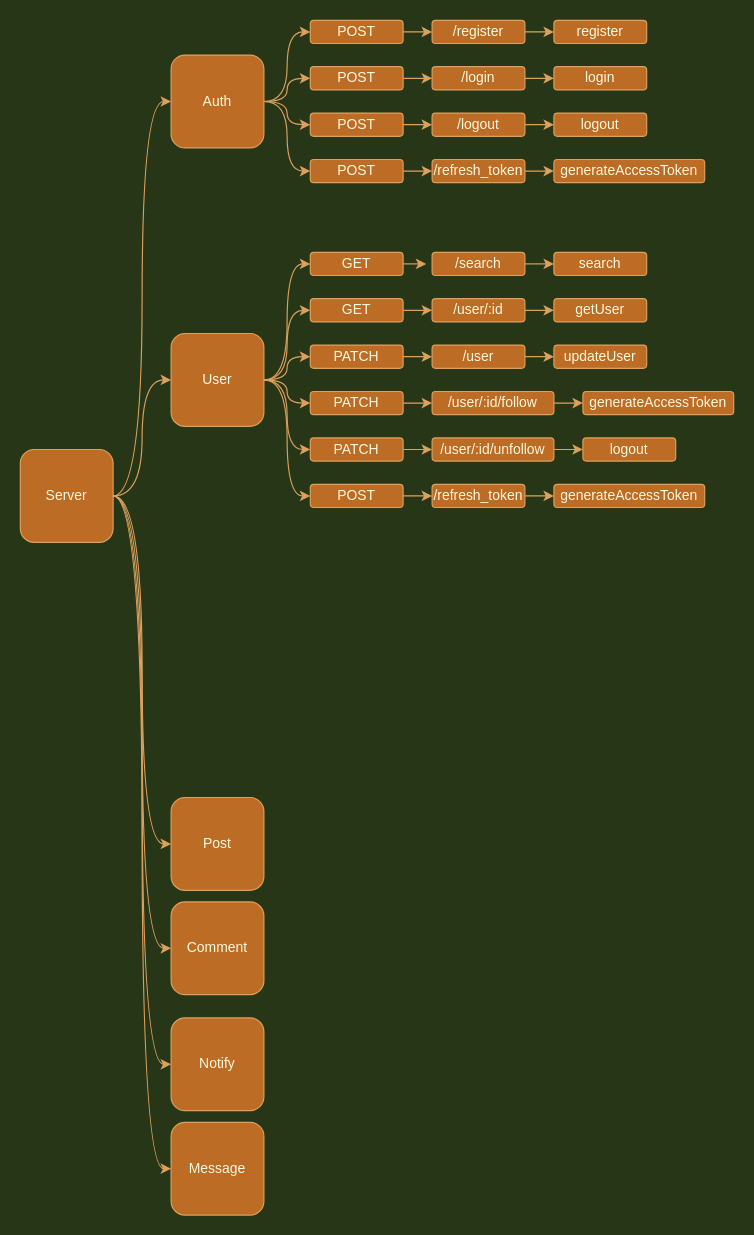
Before: Untitled Diagram.drawio in iilhamriz/Social-Media-V2, a draw.io diagram. Source tidied: cells renumbered, new cells numbered last; positions are measured from the earlier drawing's top-left corner, leaving out a move shared by most shapes. Both pictures are drawn from the tidied source at 116%, with x=0, y=0 at pixel (20, 20).
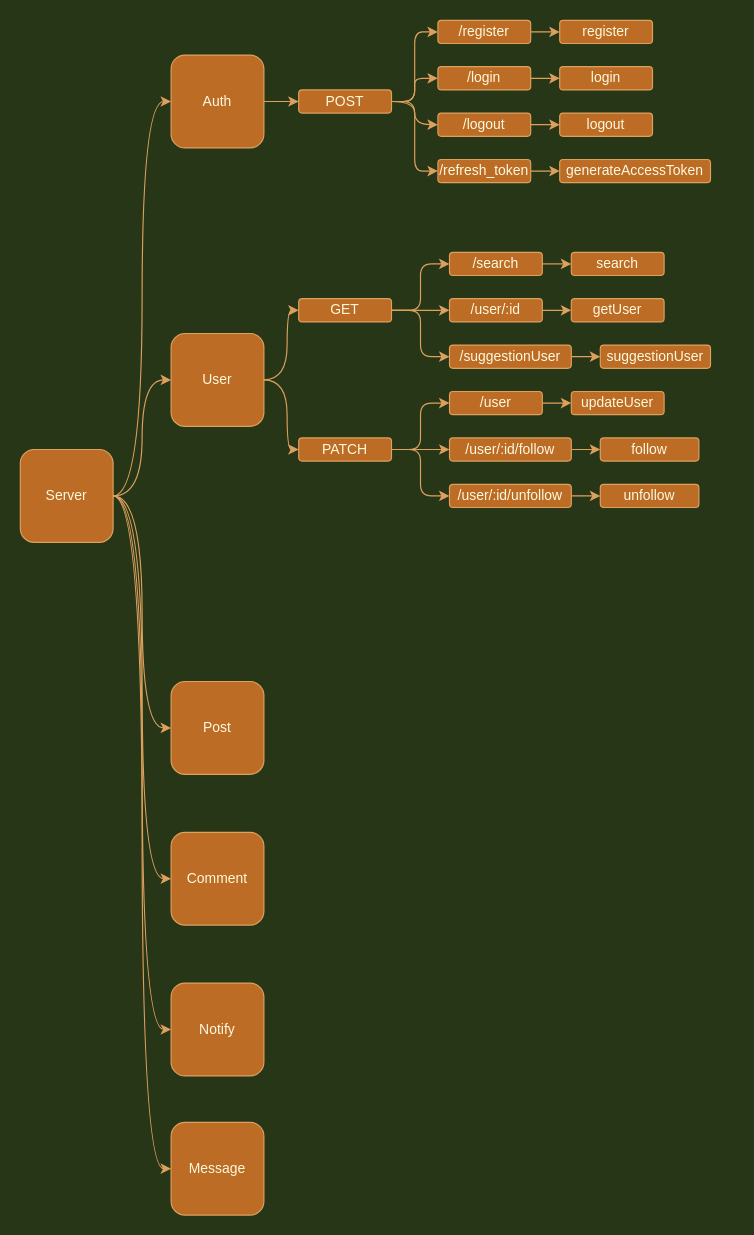
The same page after the edit.

The change refers to these unchanged cells:
```xml
<mxCell id="13" value="Auth" style="whiteSpace=wrap;html=1;rounded=1;fillColor=#BC6C25;strokeColor=#DDA15E;fontColor=#FEFAE0;" parent="1" vertex="1">
  <mxGeometry x="130" y="30" width="80" height="80" as="geometry" />
</mxCell>
<mxCell id="20" value="User" style="whiteSpace=wrap;html=1;rounded=1;fillColor=#BC6C25;strokeColor=#DDA15E;fontColor=#FEFAE0;" parent="1" vertex="1">
  <mxGeometry x="130" y="270" width="80" height="80" as="geometry" />
</mxCell>
```

What changed in the source:
```diff
@@
-    <mxCell id="9" style="edgeStyle=orthogonalEdgeStyle;rounded=1;jettySize=auto;html=1;entryX=0;entryY=0.5;entryDx=0;entryDy=0;fontColor=#FEFAE0;curved=1;labelBackgroundColor=#283618;strokeColor=#DDA15E;" parent="1" edge="1" source="13" target="26">
-      <mxGeometry relative="1" as="geometry" />
-    </mxCell>
-    <mxCell id="10" style="edgeStyle=orthogonalEdgeStyle;rounded=1;jettySize=auto;html=1;fontColor=#FEFAE0;curved=1;labelBackgroundColor=#283618;strokeColor=#DDA15E;" parent="1" edge="1" source="13" target="28">
-      <mxGeometry relative="1" as="geometry" />
-    </mxCell>
@@
-    <mxCell id="12" style="edgeStyle=orthogonalEdgeStyle;rounded=1;jettySize=auto;html=1;entryX=0;entryY=0.5;entryDx=0;entryDy=0;fontColor=#FEFAE0;curved=1;labelBackgroundColor=#283618;strokeColor=#DDA15E;" parent="1" edge="1" source="13" target="32">
-      <mxGeometry relative="1" as="geometry" />
-    </mxCell>
@@
-    <mxCell id="14" style="edgeStyle=orthogonalEdgeStyle;rounded=1;jettySize=auto;html=1;entryX=0;entryY=0.5;entryDx=0;entryDy=0;fontColor=#FEFAE0;curved=1;labelBackgroundColor=#283618;strokeColor=#DDA15E;" parent="1" edge="1" source="20" target="50">
-      <mxGeometry relative="1" as="geometry" />
-    </mxCell>
@@
-    <mxCell id="17" style="edgeStyle=orthogonalEdgeStyle;rounded=1;jettySize=auto;html=1;entryX=0;entryY=0.5;entryDx=0;entryDy=0;fontColor=#FEFAE0;curved=1;labelBackgroundColor=#283618;strokeColor=#DDA15E;" parent="1" edge="1" source="20" target="46">
-      <mxGeometry relative="1" as="geometry" />
-    </mxCell>
-    <mxCell id="18" style="edgeStyle=orthogonalEdgeStyle;rounded=1;jettySize=auto;html=1;entryX=0;entryY=0.5;entryDx=0;entryDy=0;fontColor=#FEFAE0;curved=1;labelBackgroundColor=#283618;strokeColor=#DDA15E;" parent="1" edge="1" source="20" target="66">
-      <mxGeometry relative="1" as="geometry" />
-    </mxCell>
-    <mxCell id="19" style="edgeStyle=orthogonalEdgeStyle;rounded=1;jettySize=auto;html=1;entryX=0;entryY=0.5;entryDx=0;entryDy=0;fontColor=#FEFAE0;curved=1;labelBackgroundColor=#283618;strokeColor=#DDA15E;" parent="1" edge="1" source="20" target="68">
-      <mxGeometry relative="1" as="geometry" />
-    </mxCell>
@@
     <mxCell id="21" value="Post" style="whiteSpace=wrap;html=1;rounded=1;fillColor=#BC6C25;strokeColor=#DDA15E;fontColor=#FEFAE0;" parent="1" vertex="1">
-      <mxGeometry x="130" y="670" width="80" height="80" as="geometry" />
+      <mxGeometry x="130" y="570" width="80" height="80" as="geometry" />
     </mxCell>
     <mxCell id="22" value="Comment" style="whiteSpace=wrap;html=1;rounded=1;fillColor=#BC6C25;strokeColor=#DDA15E;fontColor=#FEFAE0;" parent="1" vertex="1">
-      <mxGeometry x="130" y="760" width="80" height="80" as="geometry" />
+      <mxGeometry x="130" y="700" width="80" height="80" as="geometry" />
     </mxCell>
     <mxCell id="23" value="Notify" style="whiteSpace=wrap;html=1;rounded=1;fillColor=#BC6C25;strokeColor=#DDA15E;fontColor=#FEFAE0;" parent="1" vertex="1">
-      <mxGeometry x="130" y="860" width="80" height="80" as="geometry" />
+      <mxGeometry x="130" y="830" width="80" height="80" as="geometry" />
     </mxCell>
@@
-    <mxCell id="25" style="edgeStyle=orthogonalEdgeStyle;rounded=1;jettySize=auto;html=1;fontColor=#FEFAE0;curved=1;labelBackgroundColor=#283618;strokeColor=#DDA15E;" parent="1" edge="1" source="26" target="34">
-      <mxGeometry relative="1" as="geometry" />
-    </mxCell>
-    <mxCell id="26" value="POST" style="rounded=1;whiteSpace=wrap;html=1;fillColor=#BC6C25;strokeColor=#DDA15E;fontColor=#FEFAE0;" parent="1" vertex="1">
-      <mxGeometry x="250" width="80" height="20" as="geometry" />
-    </mxCell>
-    <mxCell id="27" style="edgeStyle=orthogonalEdgeStyle;rounded=1;jettySize=auto;html=1;entryX=0;entryY=0.5;entryDx=0;entryDy=0;fontColor=#FEFAE0;curved=1;labelBackgroundColor=#283618;strokeColor=#DDA15E;" parent="1" edge="1" source="28" target="36">
-      <mxGeometry relative="1" as="geometry" />
-    </mxCell>
-    <mxCell id="28" value="POST" style="rounded=1;whiteSpace=wrap;html=1;fillColor=#BC6C25;strokeColor=#DDA15E;fontColor=#FEFAE0;" parent="1" vertex="1">
-      <mxGeometry x="250" y="40" width="80" height="20" as="geometry" />
-    </mxCell>
@@
+    <mxCell id="75" style="edgeStyle=orthogonalEdgeStyle;curved=0;rounded=1;sketch=0;jettySize=auto;html=1;entryX=0;entryY=0.5;entryDx=0;entryDy=0;fontColor=#FEFAE0;strokeColor=#DDA15E;fillColor=#BC6C25;" parent="1" edge="1" source="30" target="36">
+      <mxGeometry relative="1" as="geometry" />
+    </mxCell>
+    <mxCell id="76" style="edgeStyle=orthogonalEdgeStyle;curved=0;rounded=1;sketch=0;jettySize=auto;html=1;entryX=0;entryY=0.5;entryDx=0;entryDy=0;fontColor=#FEFAE0;strokeColor=#DDA15E;fillColor=#BC6C25;" parent="1" edge="1" source="30" target="34">
+      <mxGeometry relative="1" as="geometry" />
+    </mxCell>
+    <mxCell id="77" style="edgeStyle=orthogonalEdgeStyle;curved=0;rounded=1;sketch=0;jettySize=auto;html=1;entryX=0;entryY=0.5;entryDx=0;entryDy=0;fontColor=#FEFAE0;strokeColor=#DDA15E;fillColor=#BC6C25;" parent="1" edge="1" source="30" target="40">
+      <mxGeometry relative="1" as="geometry" />
+    </mxCell>
     <mxCell id="30" value="POST" style="rounded=1;whiteSpace=wrap;html=1;fillColor=#BC6C25;strokeColor=#DDA15E;fontColor=#FEFAE0;" parent="1" vertex="1">
-      <mxGeometry x="250" y="80" width="80" height="20" as="geometry" />
+      <mxGeometry x="240" y="60" width="80" height="20" as="geometry" />
     </mxCell>
-    <mxCell id="31" style="edgeStyle=orthogonalEdgeStyle;rounded=1;jettySize=auto;html=1;entryX=0;entryY=0.5;entryDx=0;entryDy=0;fontColor=#FEFAE0;curved=1;labelBackgroundColor=#283618;strokeColor=#DDA15E;" parent="1" edge="1" source="32" target="40">
-      <mxGeometry relative="1" as="geometry" />
-    </mxCell>
-    <mxCell id="32" value="POST" style="rounded=1;whiteSpace=wrap;html=1;fillColor=#BC6C25;strokeColor=#DDA15E;fontColor=#FEFAE0;" parent="1" vertex="1">
-      <mxGeometry x="250" y="120" width="80" height="20" as="geometry" />
-    </mxCell>
@@
     <mxCell id="34" value="/register" style="rounded=1;whiteSpace=wrap;html=1;fillColor=#BC6C25;strokeColor=#DDA15E;fontColor=#FEFAE0;" parent="1" vertex="1">
-      <mxGeometry x="355" width="80" height="20" as="geometry" />
+      <mxGeometry x="360" width="80" height="20" as="geometry" />
     </mxCell>
@@
     <mxCell id="36" value="/login" style="rounded=1;whiteSpace=wrap;html=1;fillColor=#BC6C25;strokeColor=#DDA15E;fontColor=#FEFAE0;" parent="1" vertex="1">
-      <mxGeometry x="355" y="40" width="80" height="20" as="geometry" />
+      <mxGeometry x="360" y="40" width="80" height="20" as="geometry" />
     </mxCell>
@@
     <mxCell id="38" value="/logout" style="rounded=1;whiteSpace=wrap;html=1;fillColor=#BC6C25;strokeColor=#DDA15E;fontColor=#FEFAE0;" parent="1" vertex="1">
-      <mxGeometry x="355" y="80" width="80" height="20" as="geometry" />
+      <mxGeometry x="360" y="80" width="80" height="20" as="geometry" />
     </mxCell>
@@
     <mxCell id="40" value="/refresh_token" style="rounded=1;whiteSpace=wrap;html=1;fillColor=#BC6C25;strokeColor=#DDA15E;fontColor=#FEFAE0;" parent="1" vertex="1">
-      <mxGeometry x="355" y="120" width="80" height="20" as="geometry" />
+      <mxGeometry x="360" y="120" width="80" height="20" as="geometry" />
     </mxCell>
     <mxCell id="41" value="register" style="rounded=1;whiteSpace=wrap;html=1;fillColor=#BC6C25;strokeColor=#DDA15E;fontColor=#FEFAE0;" parent="1" vertex="1">
-      <mxGeometry x="460" width="80" height="20" as="geometry" />
+      <mxGeometry x="465" width="80" height="20" as="geometry" />
     </mxCell>
     <mxCell id="42" value="login" style="rounded=1;whiteSpace=wrap;html=1;fillColor=#BC6C25;strokeColor=#DDA15E;fontColor=#FEFAE0;" parent="1" vertex="1">
-      <mxGeometry x="460" y="40" width="80" height="20" as="geometry" />
+      <mxGeometry x="465" y="40" width="80" height="20" as="geometry" />
     </mxCell>
     <mxCell id="43" value="logout" style="rounded=1;whiteSpace=wrap;html=1;fillColor=#BC6C25;strokeColor=#DDA15E;fontColor=#FEFAE0;" parent="1" vertex="1">
-      <mxGeometry x="460" y="80" width="80" height="20" as="geometry" />
+      <mxGeometry x="465" y="80" width="80" height="20" as="geometry" />
     </mxCell>
     <mxCell id="44" value="generateAccessToken" style="rounded=1;whiteSpace=wrap;html=1;fillColor=#BC6C25;strokeColor=#DDA15E;fontColor=#FEFAE0;" parent="1" vertex="1">
-      <mxGeometry x="460" y="120" width="130" height="20" as="geometry" />
+      <mxGeometry x="465" y="120" width="130" height="20" as="geometry" />
     </mxCell>
-    <mxCell id="45" style="edgeStyle=orthogonalEdgeStyle;rounded=1;jettySize=auto;html=1;fontColor=#FEFAE0;curved=1;labelBackgroundColor=#283618;strokeColor=#DDA15E;" parent="1" edge="1" source="46">
-      <mxGeometry relative="1" as="geometry">
-        <mxPoint x="350" y="210" as="targetPoint" />
-      </mxGeometry>
-    </mxCell>
-    <mxCell id="46" value="GET" style="rounded=1;whiteSpace=wrap;html=1;fillColor=#BC6C25;strokeColor=#DDA15E;fontColor=#FEFAE0;" parent="1" vertex="1">
-      <mxGeometry x="250" y="200" width="80" height="20" as="geometry" />
-    </mxCell>
@@
+    <mxCell id="78" style="edgeStyle=orthogonalEdgeStyle;curved=0;rounded=1;sketch=0;jettySize=auto;html=1;entryX=0;entryY=0.5;entryDx=0;entryDy=0;fontColor=#FEFAE0;strokeColor=#DDA15E;fillColor=#BC6C25;" parent="1" edge="1" source="48" target="54">
+      <mxGeometry relative="1" as="geometry" />
+    </mxCell>
+    <mxCell id="79" style="edgeStyle=orthogonalEdgeStyle;curved=0;rounded=1;sketch=0;jettySize=auto;html=1;entryX=0;entryY=0.5;entryDx=0;entryDy=0;fontColor=#FEFAE0;strokeColor=#DDA15E;fillColor=#BC6C25;" parent="1" edge="1" source="48" target="72">
+      <mxGeometry relative="1" as="geometry" />
+    </mxCell>
     <mxCell id="48" value="GET" style="rounded=1;whiteSpace=wrap;html=1;fillColor=#BC6C25;strokeColor=#DDA15E;fontColor=#FEFAE0;" parent="1" vertex="1">
-      <mxGeometry x="250" y="240" width="80" height="20" as="geometry" />
+      <mxGeometry x="240" y="240" width="80" height="20" as="geometry" />
     </mxCell>
-    <mxCell id="49" style="edgeStyle=orthogonalEdgeStyle;rounded=1;jettySize=auto;html=1;fontColor=#FEFAE0;entryX=0;entryY=0.5;entryDx=0;entryDy=0;curved=1;labelBackgroundColor=#283618;strokeColor=#DDA15E;" parent="1" edge="1" source="50" target="58">
-      <mxGeometry relative="1" as="geometry" />
-    </mxCell>
-    <mxCell id="50" value="PATCH" style="rounded=1;whiteSpace=wrap;html=1;fillColor=#BC6C25;strokeColor=#DDA15E;fontColor=#FEFAE0;" parent="1" vertex="1">
-      <mxGeometry x="250" y="280" width="80" height="20" as="geometry" />
-    </mxCell>
@@
+    <mxCell id="80" style="edgeStyle=orthogonalEdgeStyle;curved=0;rounded=1;sketch=0;jettySize=auto;html=1;entryX=0;entryY=0.5;entryDx=0;entryDy=0;fontColor=#FEFAE0;strokeColor=#DDA15E;fillColor=#BC6C25;" parent="1" edge="1" source="52" target="70">
+      <mxGeometry relative="1" as="geometry" />
+    </mxCell>
+    <mxCell id="81" style="edgeStyle=orthogonalEdgeStyle;curved=0;rounded=1;sketch=0;jettySize=auto;html=1;entryX=0;entryY=0.5;entryDx=0;entryDy=0;fontColor=#FEFAE0;strokeColor=#DDA15E;fillColor=#BC6C25;" parent="1" edge="1" source="52" target="58">
+      <mxGeometry relative="1" as="geometry" />
+    </mxCell>
     <mxCell id="52" value="PATCH" style="rounded=1;whiteSpace=wrap;html=1;fillColor=#BC6C25;strokeColor=#DDA15E;fontColor=#FEFAE0;" parent="1" vertex="1">
-      <mxGeometry x="250" y="320" width="80" height="20" as="geometry" />
+      <mxGeometry x="240" y="360" width="80" height="20" as="geometry" />
     </mxCell>
@@
     <mxCell id="54" value="/search" style="rounded=1;whiteSpace=wrap;html=1;fillColor=#BC6C25;strokeColor=#DDA15E;fontColor=#FEFAE0;" parent="1" vertex="1">
-      <mxGeometry x="355" y="200" width="80" height="20" as="geometry" />
+      <mxGeometry x="370" y="200" width="80" height="20" as="geometry" />
     </mxCell>
@@
     <mxCell id="56" value="/user/:id" style="rounded=1;whiteSpace=wrap;html=1;fillColor=#BC6C25;strokeColor=#DDA15E;fontColor=#FEFAE0;" parent="1" vertex="1">
-      <mxGeometry x="355" y="240" width="80" height="20" as="geometry" />
+      <mxGeometry x="370" y="240" width="80" height="20" as="geometry" />
     </mxCell>
@@
     <mxCell id="58" value="/user" style="rounded=1;whiteSpace=wrap;html=1;fillColor=#BC6C25;strokeColor=#DDA15E;fontColor=#FEFAE0;" parent="1" vertex="1">
-      <mxGeometry x="355" y="280" width="80" height="20" as="geometry" />
+      <mxGeometry x="370" y="320" width="80" height="20" as="geometry" />
     </mxCell>
@@
     <mxCell id="60" value="/user/:id/follow" style="rounded=1;whiteSpace=wrap;html=1;fillColor=#BC6C25;strokeColor=#DDA15E;fontColor=#FEFAE0;" parent="1" vertex="1">
-      <mxGeometry x="355" y="320" width="105" height="20" as="geometry" />
+      <mxGeometry x="370" y="360" width="105" height="20" as="geometry" />
     </mxCell>
     <mxCell id="61" value="search" style="rounded=1;whiteSpace=wrap;html=1;fillColor=#BC6C25;strokeColor=#DDA15E;fontColor=#FEFAE0;" parent="1" vertex="1">
-      <mxGeometry x="460" y="200" width="80" height="20" as="geometry" />
+      <mxGeometry x="475" y="200" width="80" height="20" as="geometry" />
     </mxCell>
     <mxCell id="62" value="getUser" style="rounded=1;whiteSpace=wrap;html=1;fillColor=#BC6C25;strokeColor=#DDA15E;fontColor=#FEFAE0;" parent="1" vertex="1">
-      <mxGeometry x="460" y="240" width="80" height="20" as="geometry" />
+      <mxGeometry x="475" y="240" width="80" height="20" as="geometry" />
     </mxCell>
     <mxCell id="63" value="updateUser" style="rounded=1;whiteSpace=wrap;html=1;fillColor=#BC6C25;strokeColor=#DDA15E;fontColor=#FEFAE0;" parent="1" vertex="1">
-      <mxGeometry x="460" y="280" width="80" height="20" as="geometry" />
+      <mxGeometry x="475" y="320" width="80" height="20" as="geometry" />
     </mxCell>
-    <mxCell id="64" value="generateAccessToken" style="rounded=1;whiteSpace=wrap;html=1;fillColor=#BC6C25;strokeColor=#DDA15E;fontColor=#FEFAE0;" parent="1" vertex="1">
-      <mxGeometry x="485" y="320" width="130" height="20" as="geometry" />
+    <mxCell id="64" value="follow" style="rounded=1;whiteSpace=wrap;html=1;fillColor=#BC6C25;strokeColor=#DDA15E;fontColor=#FEFAE0;" parent="1" vertex="1">
+      <mxGeometry x="500" y="360" width="85" height="20" as="geometry" />
     </mxCell>
-    <mxCell id="65" style="edgeStyle=orthogonalEdgeStyle;rounded=1;jettySize=auto;html=1;entryX=0;entryY=0.5;entryDx=0;entryDy=0;fontColor=#FEFAE0;curved=1;labelBackgroundColor=#283618;strokeColor=#DDA15E;" parent="1" edge="1" source="66" target="70">
-      <mxGeometry relative="1" as="geometry" />
-    </mxCell>
-    <mxCell id="66" value="PATCH" style="rounded=1;whiteSpace=wrap;html=1;fillColor=#BC6C25;strokeColor=#DDA15E;fontColor=#FEFAE0;" parent="1" vertex="1">
-      <mxGeometry x="250" y="360" width="80" height="20" as="geometry" />
-    </mxCell>
-    <mxCell id="67" style="edgeStyle=orthogonalEdgeStyle;rounded=1;jettySize=auto;html=1;fontColor=#FEFAE0;entryX=0;entryY=0.5;entryDx=0;entryDy=0;curved=1;labelBackgroundColor=#283618;strokeColor=#DDA15E;" parent="1" edge="1" source="68" target="72">
-      <mxGeometry relative="1" as="geometry" />
-    </mxCell>
-    <mxCell id="68" value="POST" style="rounded=1;whiteSpace=wrap;html=1;fillColor=#BC6C25;strokeColor=#DDA15E;fontColor=#FEFAE0;" parent="1" vertex="1">
-      <mxGeometry x="250" y="400" width="80" height="20" as="geometry" />
-    </mxCell>
@@
     <mxCell id="70" value="/user/:id/unfollow" style="rounded=1;whiteSpace=wrap;html=1;fillColor=#BC6C25;strokeColor=#DDA15E;fontColor=#FEFAE0;" parent="1" vertex="1">
-      <mxGeometry x="355" y="360" width="105" height="20" as="geometry" />
+      <mxGeometry x="370" y="400" width="105" height="20" as="geometry" />
     </mxCell>
@@
-    <mxCell id="72" value="/refresh_token" style="rounded=1;whiteSpace=wrap;html=1;fillColor=#BC6C25;strokeColor=#DDA15E;fontColor=#FEFAE0;" parent="1" vertex="1">
-      <mxGeometry x="355" y="400" width="80" height="20" as="geometry" />
+    <mxCell id="72" value="/suggestionUser" style="rounded=1;whiteSpace=wrap;html=1;fillColor=#BC6C25;strokeColor=#DDA15E;fontColor=#FEFAE0;" parent="1" vertex="1">
+      <mxGeometry x="370" y="280" width="105" height="20" as="geometry" />
     </mxCell>
-    <mxCell id="73" value="logout" style="rounded=1;whiteSpace=wrap;html=1;fillColor=#BC6C25;strokeColor=#DDA15E;fontColor=#FEFAE0;" parent="1" vertex="1">
-      <mxGeometry x="485" y="360" width="80" height="20" as="geometry" />
+    <mxCell id="73" value="unfollow" style="rounded=1;whiteSpace=wrap;html=1;fillColor=#BC6C25;strokeColor=#DDA15E;fontColor=#FEFAE0;" parent="1" vertex="1">
+      <mxGeometry x="500" y="400" width="85" height="20" as="geometry" />
     </mxCell>
-    <mxCell id="74" value="generateAccessToken" style="rounded=1;whiteSpace=wrap;html=1;fillColor=#BC6C25;strokeColor=#DDA15E;fontColor=#FEFAE0;" parent="1" vertex="1">
-      <mxGeometry x="460" y="400" width="130" height="20" as="geometry" />
+    <mxCell id="74" value="suggestionUser" style="rounded=1;whiteSpace=wrap;html=1;fillColor=#BC6C25;strokeColor=#DDA15E;fontColor=#FEFAE0;" parent="1" vertex="1">
+      <mxGeometry x="500" y="280" width="95" height="20" as="geometry" />
     </mxCell>
```
